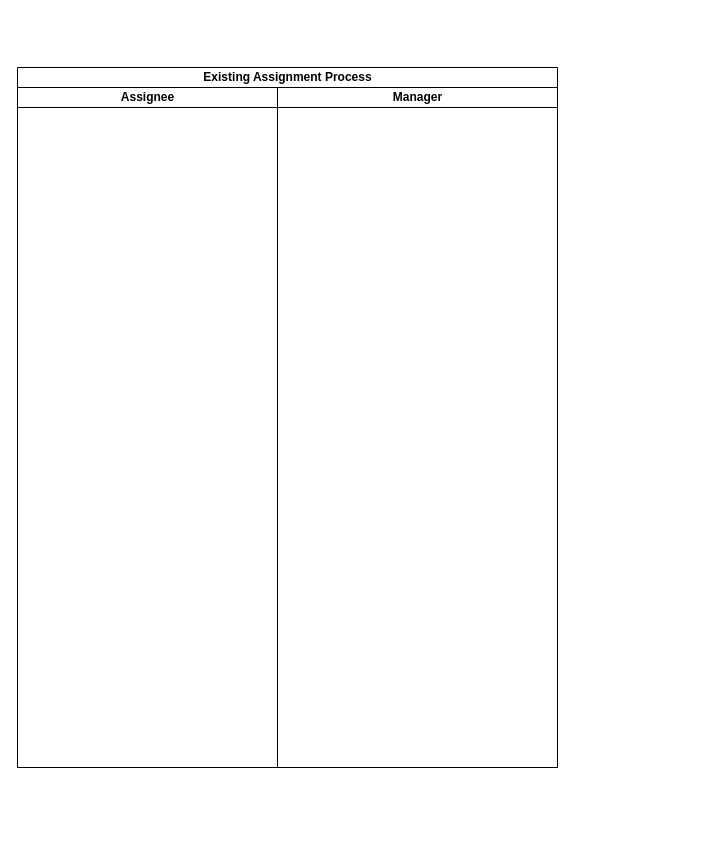
Above: page "Requirement Elicitation Process" (1 of 2) of Diagrams/BPM.drawio in ryusu777/TodoApp (draw.io), before the change. Source tidied: cells renumbered, new cells numbered last; positions are measured from the earlier drawing's top-left corner, leaving out a move shared by most shapes. Both pictures are drawn from the tidied source at 100%, with x=0, y=0 at pixel (17, 67).
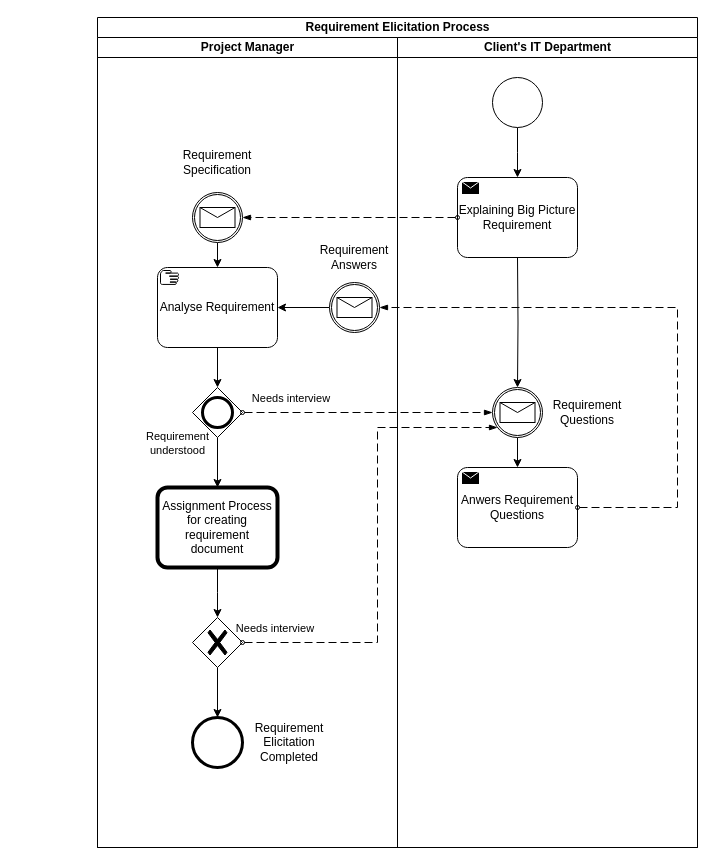
The same page after the edit.

Change to the diagram source:
```diff
@@
-    <mxCell id="2" value="Existing Assignment Process" style="swimlane;html=1;startSize=20;" parent="1" vertex="1">
-      <mxGeometry width="540" height="700" as="geometry" />
-    </mxCell>
-    <mxCell id="3" value="Assignee" style="swimlane;html=1;startSize=20;" parent="2" vertex="1">
-      <mxGeometry y="20" width="260" height="680" as="geometry" />
-    </mxCell>
-    <mxCell id="4" value="Manager" style="swimlane;html=1;startSize=20;" parent="2" vertex="1">
-      <mxGeometry x="260" y="20" width="280" height="680" as="geometry" />
-    </mxCell>
+    <mxCell id="5" value="Requirement Elicitation Process" style="swimlane;html=1;startSize=20;" parent="1" vertex="1">
+      <mxGeometry x="80" y="-50" width="600" height="830" as="geometry" />
+    </mxCell>
+    <mxCell id="6" value="Project Manager" style="swimlane;html=1;startSize=20;" parent="5" vertex="1">
+      <mxGeometry y="20" width="300" height="810" as="geometry" />
+    </mxCell>
+    <mxCell id="7" style="edgeStyle=orthogonalEdgeStyle;rounded=0;jettySize=auto;html=1;" parent="6" edge="1" source="8" target="11">
+      <mxGeometry relative="1" as="geometry" />
+    </mxCell>
+    <mxCell id="8" style="points=[[0.145,0.145,0],[0.5,0,0],[0.855,0.145,0],[1,0.5,0],[0.855,0.855,0],[0.5,1,0],[0.145,0.855,0],[0,0.5,0]];shape=mxgraph.bpmn.event;html=1;verticalLabelPosition=bottom;labelBackgroundColor=#ffffff;verticalAlign=top;align=center;perimeter=ellipsePerimeter;outlineConnect=0;outline=catching;symbol=message;" parent="6" vertex="1">
+      <mxGeometry x="95" y="155" width="50" height="50" as="geometry" />
+    </mxCell>
+    <mxCell id="9" value="Requirement Specification" style="text;html=1;strokeColor=none;fillColor=none;align=center;verticalAlign=middle;whiteSpace=wrap;rounded=0;" parent="6" vertex="1">
+      <mxGeometry x="80" y="110" width="80" height="30" as="geometry" />
+    </mxCell>
+    <mxCell id="10" style="edgeStyle=orthogonalEdgeStyle;rounded=0;jettySize=auto;html=1;" parent="6" edge="1" source="11" target="16">
+      <mxGeometry relative="1" as="geometry" />
+    </mxCell>
+    <mxCell id="11" value="Analyse Requirement" style="points=[[0.25,0,0],[0.5,0,0],[0.75,0,0],[1,0.25,0],[1,0.5,0],[1,0.75,0],[0.75,1,0],[0.5,1,0],[0.25,1,0],[0,0.75,0],[0,0.5,0],[0,0.25,0]];shape=mxgraph.bpmn.task;whiteSpace=wrap;rectStyle=rounded;size=10;taskMarker=manual;" parent="6" vertex="1">
+      <mxGeometry x="60" y="230" width="120" height="80" as="geometry" />
+    </mxCell>
+    <mxCell id="12" style="edgeStyle=orthogonalEdgeStyle;rounded=0;jettySize=auto;html=1;" parent="6" edge="1" source="22">
+      <mxGeometry relative="1" as="geometry">
+        <mxPoint x="120" y="580" as="targetPoint" />
+      </mxGeometry>
+    </mxCell>
+    <mxCell id="13" style="edgeStyle=orthogonalEdgeStyle;rounded=0;jettySize=auto;html=1;" parent="6" edge="1" source="14" target="20">
+      <mxGeometry relative="1" as="geometry" />
+    </mxCell>
+    <mxCell id="14" style="points=[[0.25,0.25,0],[0.5,0,0],[0.75,0.25,0],[1,0.5,0],[0.75,0.75,0],[0.5,1,0],[0.25,0.75,0],[0,0.5,0]];shape=mxgraph.bpmn.gateway2;html=1;verticalLabelPosition=bottom;labelBackgroundColor=#ffffff;verticalAlign=top;align=center;perimeter=rhombusPerimeter;outlineConnect=0;outline=none;symbol=none;gwType=exclusive;" parent="6" vertex="1">
+      <mxGeometry x="95" y="580" width="50" height="50" as="geometry" />
+    </mxCell>
+    <mxCell id="15" value="Requirement &lt;br&gt;understood" style="edgeStyle=orthogonalEdgeStyle;rounded=0;jettySize=auto;html=1;" parent="6" edge="1" source="16" target="22">
+      <mxGeometry x="-0.78" y="-40" relative="1" as="geometry">
+        <mxPoint y="1" as="offset" />
+      </mxGeometry>
+    </mxCell>
+    <mxCell id="16" style="points=[[0.25,0.25,0],[0.5,0,0],[0.75,0.25,0],[1,0.5,0],[0.75,0.75,0],[0.5,1,0],[0.25,0.75,0],[0,0.5,0]];shape=mxgraph.bpmn.gateway2;html=1;verticalLabelPosition=bottom;labelBackgroundColor=#ffffff;verticalAlign=top;align=center;perimeter=rhombusPerimeter;outlineConnect=0;outline=end;symbol=general;" parent="6" vertex="1">
+      <mxGeometry x="95" y="350" width="50" height="50" as="geometry" />
+    </mxCell>
+    <mxCell id="17" style="edgeStyle=orthogonalEdgeStyle;rounded=0;jettySize=auto;html=1;" parent="6" edge="1" source="18" target="11">
+      <mxGeometry relative="1" as="geometry" />
+    </mxCell>
+    <mxCell id="18" style="points=[[0.145,0.145,0],[0.5,0,0],[0.855,0.145,0],[1,0.5,0],[0.855,0.855,0],[0.5,1,0],[0.145,0.855,0],[0,0.5,0]];shape=mxgraph.bpmn.event;html=1;verticalLabelPosition=bottom;labelBackgroundColor=#ffffff;verticalAlign=top;align=center;perimeter=ellipsePerimeter;outlineConnect=0;outline=catching;symbol=message;" parent="6" vertex="1">
+      <mxGeometry x="232" y="245" width="50" height="50" as="geometry" />
+    </mxCell>
+    <mxCell id="19" value="Requirement&lt;br&gt;Answers" style="text;html=1;strokeColor=none;fillColor=none;align=center;verticalAlign=middle;whiteSpace=wrap;rounded=0;" parent="6" vertex="1">
+      <mxGeometry x="217" y="205" width="80" height="30" as="geometry" />
+    </mxCell>
+    <mxCell id="20" style="points=[[0.145,0.145,0],[0.5,0,0],[0.855,0.145,0],[1,0.5,0],[0.855,0.855,0],[0.5,1,0],[0.145,0.855,0],[0,0.5,0]];shape=mxgraph.bpmn.event;html=1;verticalLabelPosition=bottom;labelBackgroundColor=#ffffff;verticalAlign=top;align=center;perimeter=ellipsePerimeter;outlineConnect=0;outline=end;symbol=terminate2;" parent="6" vertex="1">
+      <mxGeometry x="95" y="680" width="50" height="50" as="geometry" />
+    </mxCell>
+    <mxCell id="21" value="Requirement Elicitation Completed" style="text;html=1;strokeColor=none;fillColor=none;align=center;verticalAlign=middle;whiteSpace=wrap;rounded=0;" parent="6" vertex="1">
+      <mxGeometry x="152" y="690" width="80" height="30" as="geometry" />
+    </mxCell>
+    <mxCell id="22" value="Assignment Process for creating requirement document" style="points=[[0.25,0,0],[0.5,0,0],[0.75,0,0],[1,0.25,0],[1,0.5,0],[1,0.75,0],[0.75,1,0],[0.5,1,0],[0.25,1,0],[0,0.75,0],[0,0.5,0],[0,0.25,0]];shape=mxgraph.bpmn.task;whiteSpace=wrap;rectStyle=rounded;size=10;bpmnShapeType=call;" parent="6" vertex="1">
+      <mxGeometry x="60" y="450" width="120" height="80" as="geometry" />
+    </mxCell>
+    <mxCell id="23" value="Client's IT Department" style="swimlane;html=1;startSize=20;" parent="5" vertex="1">
+      <mxGeometry x="300" y="20" width="300" height="810" as="geometry" />
+    </mxCell>
+    <mxCell id="24" style="edgeStyle=orthogonalEdgeStyle;rounded=0;jettySize=auto;html=1;" parent="23" edge="1" source="25">
+      <mxGeometry relative="1" as="geometry">
+        <mxPoint x="120" y="140" as="targetPoint" />
+      </mxGeometry>
+    </mxCell>
+    <mxCell id="25" style="points=[[0.145,0.145,0],[0.5,0,0],[0.855,0.145,0],[1,0.5,0],[0.855,0.855,0],[0.5,1,0],[0.145,0.855,0],[0,0.5,0]];shape=mxgraph.bpmn.event;html=1;verticalLabelPosition=bottom;labelBackgroundColor=#ffffff;verticalAlign=top;align=center;perimeter=ellipsePerimeter;outlineConnect=0;outline=standard;symbol=general;" parent="23" vertex="1">
+      <mxGeometry x="95" y="40" width="50" height="50" as="geometry" />
+    </mxCell>
+    <mxCell id="26" style="edgeStyle=orthogonalEdgeStyle;rounded=0;jettySize=auto;html=1;" parent="23" edge="1" target="28">
+      <mxGeometry relative="1" as="geometry">
+        <mxPoint x="120" y="220" as="sourcePoint" />
+      </mxGeometry>
+    </mxCell>
+    <mxCell id="27" style="edgeStyle=orthogonalEdgeStyle;rounded=0;jettySize=auto;html=1;" parent="23" edge="1" source="28" target="31">
+      <mxGeometry relative="1" as="geometry" />
+    </mxCell>
+    <mxCell id="28" style="points=[[0.145,0.145,0],[0.5,0,0],[0.855,0.145,0],[1,0.5,0],[0.855,0.855,0],[0.5,1,0],[0.145,0.855,0],[0,0.5,0]];shape=mxgraph.bpmn.event;html=1;verticalLabelPosition=bottom;labelBackgroundColor=#ffffff;verticalAlign=top;align=center;perimeter=ellipsePerimeter;outlineConnect=0;outline=catching;symbol=message;" parent="23" vertex="1">
+      <mxGeometry x="95" y="350" width="50" height="50" as="geometry" />
+    </mxCell>
+    <mxCell id="29" value="Requirement Questions" style="text;html=1;strokeColor=none;fillColor=none;align=center;verticalAlign=middle;whiteSpace=wrap;rounded=0;" parent="23" vertex="1">
+      <mxGeometry x="150" y="360" width="80" height="30" as="geometry" />
+    </mxCell>
+    <mxCell id="30" value="Explaining Big Picture Requirement" style="points=[[0.25,0,0],[0.5,0,0],[0.75,0,0],[1,0.25,0],[1,0.5,0],[1,0.75,0],[0.75,1,0],[0.5,1,0],[0.25,1,0],[0,0.75,0],[0,0.5,0],[0,0.25,0]];shape=mxgraph.bpmn.task;whiteSpace=wrap;rectStyle=rounded;size=10;taskMarker=send;" parent="23" vertex="1">
+      <mxGeometry x="60" y="140" width="120" height="80" as="geometry" />
+    </mxCell>
+    <mxCell id="31" value="Anwers Requirement Questions" style="points=[[0.25,0,0],[0.5,0,0],[0.75,0,0],[1,0.25,0],[1,0.5,0],[1,0.75,0],[0.75,1,0],[0.5,1,0],[0.25,1,0],[0,0.75,0],[0,0.5,0],[0,0.25,0]];shape=mxgraph.bpmn.task;whiteSpace=wrap;rectStyle=rounded;size=10;taskMarker=send;" parent="23" vertex="1">
+      <mxGeometry x="60" y="430" width="120" height="80" as="geometry" />
+    </mxCell>
+    <mxCell id="32" style="dashed=1;dashPattern=8 4;endArrow=blockThin;endFill=1;startArrow=oval;startFill=0;endSize=6;startSize=4;rounded=0;" parent="5" edge="1" source="30" target="8">
+      <mxGeometry relative="1" as="geometry" />
+    </mxCell>
+    <mxCell id="33" value="Needs interview" style="dashed=1;dashPattern=8 4;endArrow=blockThin;endFill=1;startArrow=oval;startFill=0;endSize=6;startSize=4;rounded=0;" parent="5" edge="1" source="16" target="28">
+      <mxGeometry x="-0.61" y="15" relative="1" as="geometry" />
+    </mxCell>
+    <mxCell id="34" style="dashed=1;dashPattern=8 4;endArrow=blockThin;endFill=1;startArrow=oval;startFill=0;endSize=6;startSize=4;rounded=0;edgeStyle=orthogonalEdgeStyle;" parent="5" edge="1" source="31" target="18">
+      <mxGeometry relative="1" as="geometry">
+        <Array as="points">
+          <mxPoint x="580" y="490" />
+          <mxPoint x="580" y="290" />
+        </Array>
+      </mxGeometry>
+    </mxCell>
+    <mxCell id="35" value="Needs interview" style="dashed=1;dashPattern=8 4;endArrow=blockThin;endFill=1;startArrow=oval;startFill=0;endSize=6;startSize=4;rounded=0;edgeStyle=orthogonalEdgeStyle;" parent="5" edge="1" source="14" target="28">
+      <mxGeometry x="-0.86" y="15" relative="1" as="geometry">
+        <Array as="points">
+          <mxPoint x="280" y="625" />
+          <mxPoint x="280" y="410" />
+        </Array>
+      </mxGeometry>
+    </mxCell>
```
